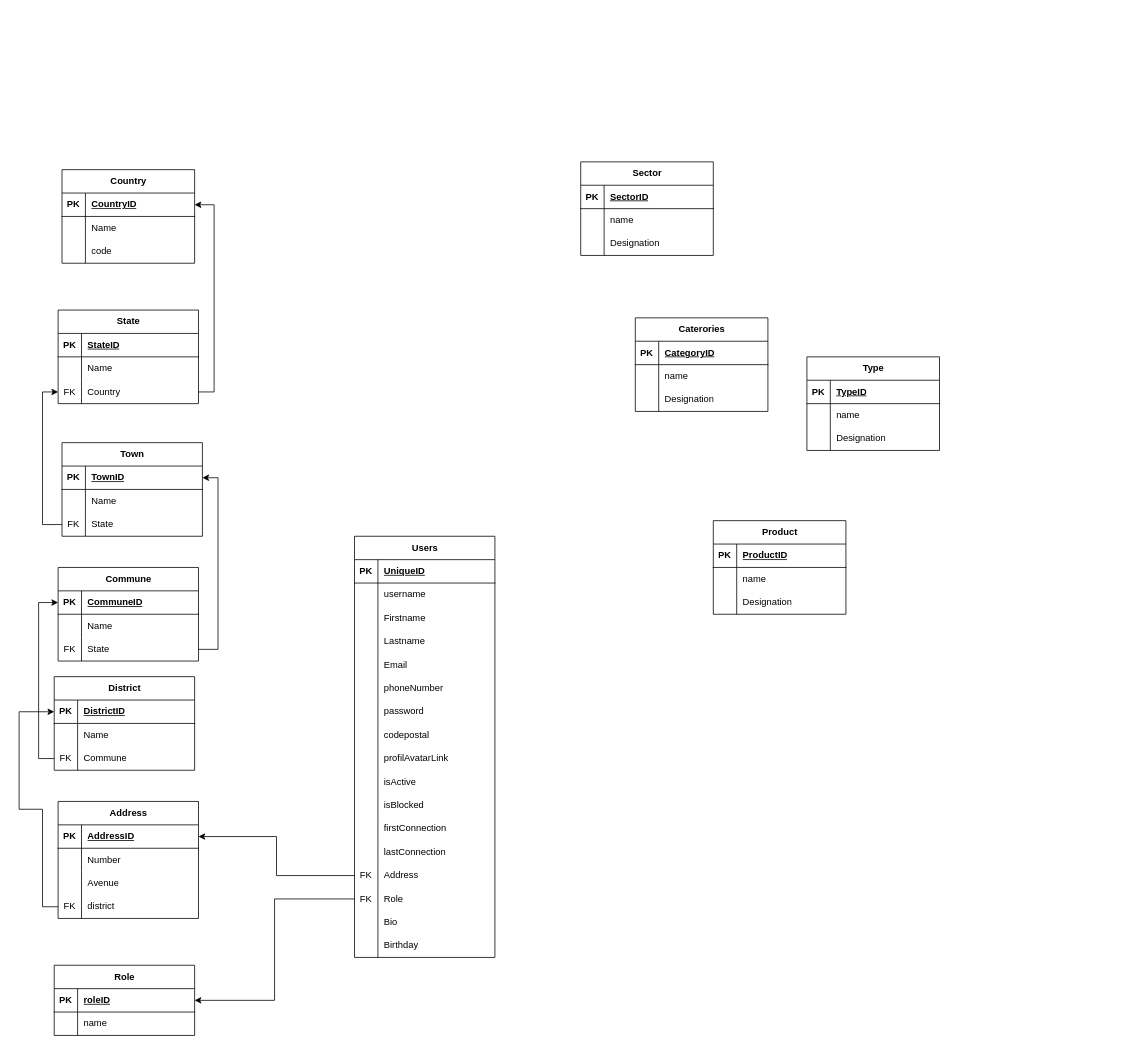
The draw.io diagram Tekango.drawio in internalTekango/3.0.tekango.template, before the edit. Source tidied: cells renumbered, new cells numbered last; positions are measured from the earlier drawing's top-left corner, leaving out a move shared by most shapes. Both pictures are drawn from the tidied source at 78%, with x=0, y=0 at pixel (19, 161).
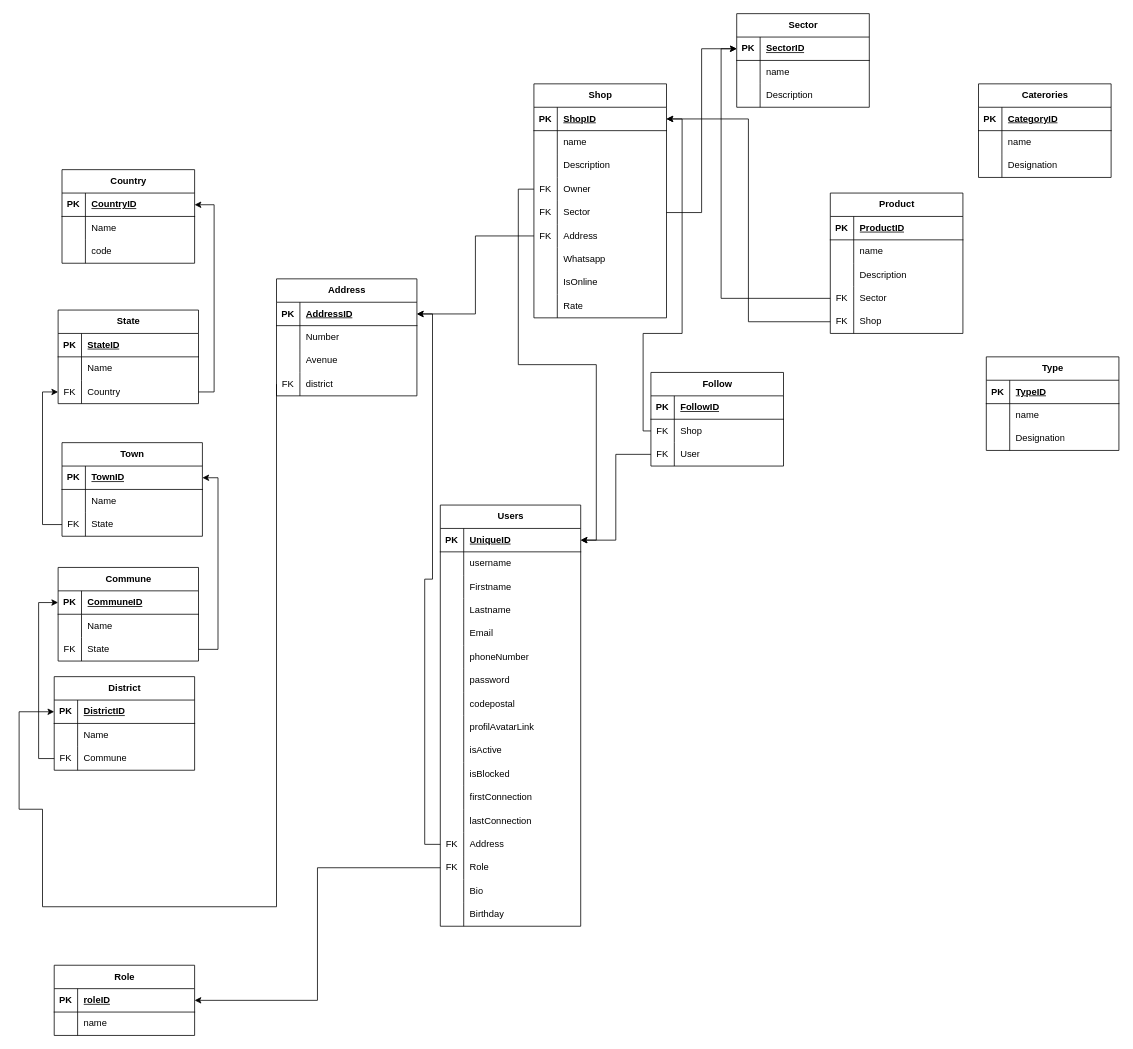
The same diagram, later.

Commit message (it also covers changes not shown here):
Mettre à jour Tekango.drawio

The change refers to these unchanged cells:
```xml
<mxCell id="3" style="shape=tableRow;horizontal=0;startSize=0;swimlaneHead=0;swimlaneBody=0;fillColor=none;points=[[0,0.5],[1,0.5]];portConstraint=eastwest;top=0;left=0;right=0;bottom=1;" parent="2" vertex="1">
  <mxGeometry y="30" width="180" height="30" as="geometry" />
</mxCell>
<mxCell id="98" style="shape=tableRow;horizontal=0;startSize=0;swimlaneHead=0;swimlaneBody=0;fillColor=none;points=[[0,0.5],[1,0.5]];portConstraint=eastwest;top=0;left=0;right=0;bottom=1;" parent="97" vertex="1">
  <mxGeometry y="30" width="180" height="30" as="geometry" />
</mxCell>
<mxCell id="121" style="shape=tableRow;horizontal=0;startSize=0;swimlaneHead=0;swimlaneBody=0;fillColor=none;points=[[0,0.5],[1,0.5]];portConstraint=eastwest;top=0;left=0;right=0;bottom=1;" parent="120" vertex="1">
  <mxGeometry y="30" width="170" height="30" as="geometry" />
</mxCell>
<mxCell id="127" style="shape=tableRow;horizontal=0;startSize=0;swimlaneHead=0;swimlaneBody=0;fillColor=none;top=0;left=0;right=0;bottom=0;" parent="120" vertex="1">
  <mxGeometry y="90" width="170" height="30" as="geometry" />
</mxCell>
<mxCell id="157" style="shape=tableRow;horizontal=0;startSize=0;swimlaneHead=0;swimlaneBody=0;fillColor=none;top=0;left=0;right=0;bottom=0;" parent="150" vertex="1">
  <mxGeometry y="90" width="170" height="30" as="geometry" />
</mxCell>
```

The edit, as a diff of the source:
```diff
@@
     <mxCell id="2" value="Users" style="shape=table;startSize=30;childLayout=tableLayout;rowLines=0;fontStyle=1;align=center;html=1;" parent="1" vertex="1">
-      <mxGeometry x="430" y="480" width="180" height="540" as="geometry" />
+      <mxGeometry x="540" y="440" width="180" height="540" as="geometry" />
     </mxCell>
@@
     <mxCell id="97" value="Address" style="shape=table;startSize=30;childLayout=tableLayout;rowLines=0;fontStyle=1;align=center;html=1;" parent="1" vertex="1">
-      <mxGeometry x="50" y="820" width="180" height="150" as="geometry" />
+      <mxGeometry x="330" y="150" width="180" height="150" as="geometry" />
     </mxCell>
@@
     <mxCell id="120" value="Sector" style="shape=table;startSize=30;childLayout=tableLayout;rowLines=0;fontStyle=1;align=center;html=1;" parent="1" vertex="1">
-      <mxGeometry x="720" width="170" height="120" as="geometry" />
+      <mxGeometry x="920" y="-190" width="170" height="120" as="geometry" />
     </mxCell>
@@
-    <mxCell id="129" value="Designation" style="shape=partialRectangle;fillColor=none;top=0;left=0;bottom=0;right=0;align=left;spacingLeft=6;overflow=hidden;whiteSpace=wrap;html=1;" parent="127" vertex="1">
+    <mxCell id="129" value="Description" style="shape=partialRectangle;fillColor=none;top=0;left=0;bottom=0;right=0;align=left;spacingLeft=6;overflow=hidden;whiteSpace=wrap;html=1;" parent="127" vertex="1">
       <mxGeometry x="30" width="140" height="30" as="geometry" />
     </mxCell>
     <mxCell id="130" value="Caterories" style="shape=table;startSize=30;childLayout=tableLayout;rowLines=0;fontStyle=1;align=center;html=1;" parent="1" vertex="1">
-      <mxGeometry x="790" y="200" width="170" height="120" as="geometry" />
+      <mxGeometry x="1230" y="-100" width="170" height="120" as="geometry" />
     </mxCell>
@@
     <mxCell id="140" value="Type" style="shape=table;startSize=30;childLayout=tableLayout;rowLines=0;fontStyle=1;align=center;html=1;" parent="1" vertex="1">
-      <mxGeometry x="1010" y="250" width="170" height="120" as="geometry" />
+      <mxGeometry x="1240" y="250" width="170" height="120" as="geometry" />
     </mxCell>
@@
     <mxCell id="150" value="Product" style="shape=table;startSize=30;childLayout=tableLayout;rowLines=0;fontStyle=1;align=center;html=1;" parent="1" vertex="1">
-      <mxGeometry x="890" y="460" width="170" height="120" as="geometry" />
+      <mxGeometry x="1040" y="40" width="170" height="180" as="geometry" />
     </mxCell>
@@
-    <mxCell id="159" value="Designation" style="shape=partialRectangle;fillColor=none;top=0;left=0;bottom=0;right=0;align=left;spacingLeft=6;overflow=hidden;whiteSpace=wrap;html=1;" parent="157" vertex="1">
+    <mxCell id="159" value="Description" style="shape=partialRectangle;fillColor=none;top=0;left=0;bottom=0;right=0;align=left;spacingLeft=6;overflow=hidden;whiteSpace=wrap;html=1;" parent="157" vertex="1">
       <mxGeometry x="30" width="140" height="30" as="geometry" />
     </mxCell>
+    <mxCell id="171" style="shape=tableRow;horizontal=0;startSize=0;swimlaneHead=0;swimlaneBody=0;fillColor=none;points=[[0,0.5],[1,0.5]];portConstraint=eastwest;top=0;left=0;right=0;bottom=0;" parent="150" vertex="1">
+      <mxGeometry y="120" width="170" height="30" as="geometry" />
+    </mxCell>
+    <mxCell id="172" value="FK" style="shape=partialRectangle;fillColor=none;top=0;left=0;bottom=0;right=0;overflow=hidden;whiteSpace=wrap;html=1;" parent="171" vertex="1">
+      <mxGeometry width="30" height="30" as="geometry" />
+    </mxCell>
+    <mxCell id="173" value="Sector" style="shape=partialRectangle;fillColor=none;top=0;left=0;bottom=0;right=0;align=left;spacingLeft=6;overflow=hidden;whiteSpace=wrap;html=1;" parent="171" vertex="1">
+      <mxGeometry x="30" width="140" height="30" as="geometry" />
+    </mxCell>
+    <mxCell id="174" style="shape=tableRow;horizontal=0;startSize=0;swimlaneHead=0;swimlaneBody=0;fillColor=none;points=[[0,0.5],[1,0.5]];portConstraint=eastwest;top=0;left=0;right=0;bottom=0;" parent="150" vertex="1">
+      <mxGeometry y="150" width="170" height="30" as="geometry" />
+    </mxCell>
+    <mxCell id="175" value="FK" style="shape=partialRectangle;fillColor=none;top=0;left=0;bottom=0;right=0;overflow=hidden;whiteSpace=wrap;html=1;" parent="174" vertex="1">
+      <mxGeometry width="30" height="30" as="geometry" />
+    </mxCell>
+    <mxCell id="176" value="Shop" style="shape=partialRectangle;fillColor=none;top=0;left=0;bottom=0;right=0;align=left;spacingLeft=6;overflow=hidden;whiteSpace=wrap;html=1;" parent="174" vertex="1">
+      <mxGeometry x="30" width="140" height="30" as="geometry" />
+    </mxCell>
@@
+    <mxCell id="177" style="edgeStyle=orthogonalEdgeStyle;rounded=0;jettySize=auto;html=1;exitX=0;exitY=0.5;exitDx=0;exitDy=0;entryX=0;entryY=0.5;entryDx=0;entryDy=0;" parent="1" edge="1" source="171" target="121">
+      <mxGeometry relative="1" as="geometry" />
+    </mxCell>
+    <mxCell id="178" value="Shop" style="shape=table;startSize=30;childLayout=tableLayout;rowLines=0;fontStyle=1;align=center;html=1;" parent="1" vertex="1">
+      <mxGeometry x="660" y="-100" width="170" height="300" as="geometry" />
+    </mxCell>
+    <mxCell id="179" style="shape=tableRow;horizontal=0;startSize=0;swimlaneHead=0;swimlaneBody=0;fillColor=none;points=[[0,0.5],[1,0.5]];portConstraint=eastwest;top=0;left=0;right=0;bottom=1;" parent="178" vertex="1">
+      <mxGeometry y="30" width="170" height="30" as="geometry" />
+    </mxCell>
+    <mxCell id="180" value="PK" style="shape=partialRectangle;fillColor=none;top=0;left=0;bottom=0;right=0;fontStyle=1;overflow=hidden;whiteSpace=wrap;html=1;" parent="179" vertex="1">
+      <mxGeometry width="30" height="30" as="geometry" />
+    </mxCell>
+    <mxCell id="181" value="ShopID" style="shape=partialRectangle;fillColor=none;top=0;left=0;bottom=0;right=0;align=left;spacingLeft=6;fontStyle=5;overflow=hidden;whiteSpace=wrap;html=1;" parent="179" vertex="1">
+      <mxGeometry x="30" width="140" height="30" as="geometry" />
+    </mxCell>
+    <mxCell id="182" style="shape=tableRow;horizontal=0;startSize=0;swimlaneHead=0;swimlaneBody=0;fillColor=none;top=0;left=0;right=0;bottom=0;" parent="178" vertex="1">
+      <mxGeometry y="60" width="170" height="30" as="geometry" />
+    </mxCell>
+    <mxCell id="183" style="shape=partialRectangle;fillColor=none;top=0;left=0;bottom=0;right=0;overflow=hidden;whiteSpace=wrap;html=1;" parent="182" vertex="1">
+      <mxGeometry width="30" height="30" as="geometry" />
+    </mxCell>
+    <mxCell id="184" value="name" style="shape=partialRectangle;fillColor=none;top=0;left=0;bottom=0;right=0;align=left;spacingLeft=6;overflow=hidden;whiteSpace=wrap;html=1;" parent="182" vertex="1">
+      <mxGeometry x="30" width="140" height="30" as="geometry" />
+    </mxCell>
+    <mxCell id="185" style="shape=tableRow;horizontal=0;startSize=0;swimlaneHead=0;swimlaneBody=0;fillColor=none;top=0;left=0;right=0;bottom=0;" parent="178" vertex="1">
+      <mxGeometry y="90" width="170" height="30" as="geometry" />
+    </mxCell>
+    <mxCell id="186" style="shape=partialRectangle;fillColor=none;top=0;left=0;bottom=0;right=0;overflow=hidden;whiteSpace=wrap;html=1;" parent="185" vertex="1">
+      <mxGeometry width="30" height="30" as="geometry" />
+    </mxCell>
+    <mxCell id="187" value="Description" style="shape=partialRectangle;fillColor=none;top=0;left=0;bottom=0;right=0;align=left;spacingLeft=6;overflow=hidden;whiteSpace=wrap;html=1;" parent="185" vertex="1">
+      <mxGeometry x="30" width="140" height="30" as="geometry" />
+    </mxCell>
+    <mxCell id="188" style="shape=tableRow;horizontal=0;startSize=0;swimlaneHead=0;swimlaneBody=0;fillColor=none;points=[[0,0.5],[1,0.5]];portConstraint=eastwest;top=0;left=0;right=0;bottom=0;" parent="178" vertex="1">
+      <mxGeometry y="120" width="170" height="30" as="geometry" />
+    </mxCell>
+    <mxCell id="189" value="FK" style="shape=partialRectangle;fillColor=none;top=0;left=0;bottom=0;right=0;overflow=hidden;whiteSpace=wrap;html=1;" parent="188" vertex="1">
+      <mxGeometry width="30" height="30" as="geometry" />
+    </mxCell>
+    <mxCell id="190" value="Owner" style="shape=partialRectangle;fillColor=none;top=0;left=0;bottom=0;right=0;align=left;spacingLeft=6;overflow=hidden;whiteSpace=wrap;html=1;" parent="188" vertex="1">
+      <mxGeometry x="30" width="140" height="30" as="geometry" />
+    </mxCell>
+    <mxCell id="191" style="shape=tableRow;horizontal=0;startSize=0;swimlaneHead=0;swimlaneBody=0;fillColor=none;points=[[0,0.5],[1,0.5]];portConstraint=eastwest;top=0;left=0;right=0;bottom=0;" parent="178" vertex="1">
+      <mxGeometry y="150" width="170" height="30" as="geometry" />
+    </mxCell>
+    <mxCell id="192" value="FK" style="shape=partialRectangle;fillColor=none;top=0;left=0;bottom=0;right=0;overflow=hidden;whiteSpace=wrap;html=1;" parent="191" vertex="1">
+      <mxGeometry width="30" height="30" as="geometry" />
+    </mxCell>
+    <mxCell id="193" value="Sector" style="shape=partialRectangle;fillColor=none;top=0;left=0;bottom=0;right=0;align=left;spacingLeft=6;overflow=hidden;whiteSpace=wrap;html=1;" parent="191" vertex="1">
+      <mxGeometry x="30" width="140" height="30" as="geometry" />
+    </mxCell>
+    <mxCell id="194" style="shape=tableRow;horizontal=0;startSize=0;swimlaneHead=0;swimlaneBody=0;fillColor=none;points=[[0,0.5],[1,0.5]];portConstraint=eastwest;top=0;left=0;right=0;bottom=0;" parent="178" vertex="1">
+      <mxGeometry y="180" width="170" height="30" as="geometry" />
+    </mxCell>
+    <mxCell id="195" value="FK" style="shape=partialRectangle;fillColor=none;top=0;left=0;bottom=0;right=0;overflow=hidden;whiteSpace=wrap;html=1;" parent="194" vertex="1">
+      <mxGeometry width="30" height="30" as="geometry" />
+    </mxCell>
+    <mxCell id="196" value="Address" style="shape=partialRectangle;fillColor=none;top=0;left=0;bottom=0;right=0;align=left;spacingLeft=6;overflow=hidden;whiteSpace=wrap;html=1;" parent="194" vertex="1">
+      <mxGeometry x="30" width="140" height="30" as="geometry" />
+    </mxCell>
+    <mxCell id="197" style="shape=tableRow;horizontal=0;startSize=0;swimlaneHead=0;swimlaneBody=0;fillColor=none;top=0;left=0;right=0;bottom=0;" parent="178" vertex="1">
+      <mxGeometry y="210" width="170" height="30" as="geometry" />
+    </mxCell>
+    <mxCell id="198" style="shape=partialRectangle;fillColor=none;top=0;left=0;bottom=0;right=0;overflow=hidden;whiteSpace=wrap;html=1;" parent="197" vertex="1">
+      <mxGeometry width="30" height="30" as="geometry" />
+    </mxCell>
+    <mxCell id="199" value="Whatsapp" style="shape=partialRectangle;fillColor=none;top=0;left=0;bottom=0;right=0;align=left;spacingLeft=6;overflow=hidden;whiteSpace=wrap;html=1;" parent="197" vertex="1">
+      <mxGeometry x="30" width="140" height="30" as="geometry" />
+    </mxCell>
+    <mxCell id="200" style="shape=tableRow;horizontal=0;startSize=0;swimlaneHead=0;swimlaneBody=0;fillColor=none;top=0;left=0;right=0;bottom=0;" parent="178" vertex="1">
+      <mxGeometry y="240" width="170" height="30" as="geometry" />
+    </mxCell>
+    <mxCell id="201" style="shape=partialRectangle;fillColor=none;top=0;left=0;bottom=0;right=0;overflow=hidden;whiteSpace=wrap;html=1;" parent="200" vertex="1">
+      <mxGeometry width="30" height="30" as="geometry" />
+    </mxCell>
+    <mxCell id="202" value="IsOnline" style="shape=partialRectangle;fillColor=none;top=0;left=0;bottom=0;right=0;align=left;spacingLeft=6;overflow=hidden;whiteSpace=wrap;html=1;" parent="200" vertex="1">
+      <mxGeometry x="30" width="140" height="30" as="geometry" />
+    </mxCell>
+    <mxCell id="203" style="shape=tableRow;horizontal=0;startSize=0;swimlaneHead=0;swimlaneBody=0;fillColor=none;top=0;left=0;right=0;bottom=0;" parent="178" vertex="1">
+      <mxGeometry y="270" width="170" height="30" as="geometry" />
+    </mxCell>
+    <mxCell id="204" style="shape=partialRectangle;fillColor=none;top=0;left=0;bottom=0;right=0;overflow=hidden;whiteSpace=wrap;html=1;" parent="203" vertex="1">
+      <mxGeometry width="30" height="30" as="geometry" />
+    </mxCell>
+    <mxCell id="205" value="Rate" style="shape=partialRectangle;fillColor=none;top=0;left=0;bottom=0;right=0;align=left;spacingLeft=6;overflow=hidden;whiteSpace=wrap;html=1;" parent="203" vertex="1">
+      <mxGeometry x="30" width="140" height="30" as="geometry" />
+    </mxCell>
+    <mxCell id="206" style="edgeStyle=orthogonalEdgeStyle;rounded=0;jettySize=auto;html=1;exitX=0;exitY=0.5;exitDx=0;exitDy=0;entryX=1;entryY=0.5;entryDx=0;entryDy=0;" parent="1" edge="1" source="188" target="3">
+      <mxGeometry relative="1" as="geometry" />
+    </mxCell>
+    <mxCell id="207" style="edgeStyle=orthogonalEdgeStyle;rounded=0;jettySize=auto;html=1;exitX=1;exitY=0.5;exitDx=0;exitDy=0;entryX=0;entryY=0.5;entryDx=0;entryDy=0;" parent="1" edge="1" source="191" target="121">
+      <mxGeometry relative="1" as="geometry" />
+    </mxCell>
+    <mxCell id="208" style="edgeStyle=orthogonalEdgeStyle;rounded=0;jettySize=auto;html=1;exitX=0;exitY=0.5;exitDx=0;exitDy=0;" parent="1" edge="1" source="194" target="98">
+      <mxGeometry relative="1" as="geometry" />
+    </mxCell>
+    <mxCell id="209" style="edgeStyle=orthogonalEdgeStyle;rounded=0;jettySize=auto;html=1;exitX=0;exitY=0.5;exitDx=0;exitDy=0;entryX=1;entryY=0.5;entryDx=0;entryDy=0;" parent="1" edge="1" source="174" target="179">
+      <mxGeometry relative="1" as="geometry" />
+    </mxCell>
+    <mxCell id="210" value="Follow" style="shape=table;startSize=30;childLayout=tableLayout;rowLines=0;fontStyle=1;align=center;html=1;" parent="1" vertex="1">
+      <mxGeometry x="810" y="270" width="170" height="120" as="geometry" />
+    </mxCell>
+    <mxCell id="211" style="shape=tableRow;horizontal=0;startSize=0;swimlaneHead=0;swimlaneBody=0;fillColor=none;top=0;left=0;right=0;bottom=1;" parent="210" vertex="1">
+      <mxGeometry y="30" width="170" height="30" as="geometry" />
+    </mxCell>
+    <mxCell id="212" value="PK" style="shape=partialRectangle;fillColor=none;top=0;left=0;bottom=0;right=0;fontStyle=1;overflow=hidden;whiteSpace=wrap;html=1;" parent="211" vertex="1">
+      <mxGeometry width="30" height="30" as="geometry" />
+    </mxCell>
+    <mxCell id="213" value="FollowID" style="shape=partialRectangle;fillColor=none;top=0;left=0;bottom=0;right=0;align=left;spacingLeft=6;fontStyle=5;overflow=hidden;whiteSpace=wrap;html=1;" parent="211" vertex="1">
+      <mxGeometry x="30" width="140" height="30" as="geometry" />
+    </mxCell>
+    <mxCell id="214" style="shape=tableRow;horizontal=0;startSize=0;swimlaneHead=0;swimlaneBody=0;fillColor=none;points=[[0,0.5],[1,0.5]];portConstraint=eastwest;top=0;left=0;right=0;bottom=0;" parent="210" vertex="1">
+      <mxGeometry y="60" width="170" height="30" as="geometry" />
+    </mxCell>
+    <mxCell id="215" value="FK" style="shape=partialRectangle;fillColor=none;top=0;left=0;bottom=0;right=0;overflow=hidden;whiteSpace=wrap;html=1;" parent="214" vertex="1">
+      <mxGeometry width="30" height="30" as="geometry" />
+    </mxCell>
+    <mxCell id="216" value="Shop" style="shape=partialRectangle;fillColor=none;top=0;left=0;bottom=0;right=0;align=left;spacingLeft=6;overflow=hidden;whiteSpace=wrap;html=1;" parent="214" vertex="1">
+      <mxGeometry x="30" width="140" height="30" as="geometry" />
+    </mxCell>
+    <mxCell id="217" style="shape=tableRow;horizontal=0;startSize=0;swimlaneHead=0;swimlaneBody=0;fillColor=none;points=[[0,0.5],[1,0.5]];portConstraint=eastwest;top=0;left=0;right=0;bottom=0;" parent="210" vertex="1">
+      <mxGeometry y="90" width="170" height="30" as="geometry" />
+    </mxCell>
+    <mxCell id="218" value="FK" style="shape=partialRectangle;fillColor=none;top=0;left=0;bottom=0;right=0;overflow=hidden;whiteSpace=wrap;html=1;" parent="217" vertex="1">
+      <mxGeometry width="30" height="30" as="geometry" />
+    </mxCell>
+    <mxCell id="219" value="User" style="shape=partialRectangle;fillColor=none;top=0;left=0;bottom=0;right=0;align=left;spacingLeft=6;overflow=hidden;whiteSpace=wrap;html=1;" parent="217" vertex="1">
+      <mxGeometry x="30" width="140" height="30" as="geometry" />
+    </mxCell>
+    <mxCell id="220" style="edgeStyle=orthogonalEdgeStyle;rounded=0;jettySize=auto;html=1;exitX=0;exitY=0.5;exitDx=0;exitDy=0;entryX=1;entryY=0.5;entryDx=0;entryDy=0;" parent="1" edge="1" source="217" target="3">
+      <mxGeometry relative="1" as="geometry" />
+    </mxCell>
+    <mxCell id="221" style="edgeStyle=orthogonalEdgeStyle;rounded=0;jettySize=auto;html=1;exitX=0;exitY=0.5;exitDx=0;exitDy=0;entryX=1;entryY=0.5;entryDx=0;entryDy=0;" parent="1" edge="1" source="214" target="179">
+      <mxGeometry relative="1" as="geometry">
+        <Array as="points">
+          <mxPoint x="800" y="345" />
+          <mxPoint x="800" y="220" />
+          <mxPoint x="850" y="220" />
+          <mxPoint x="850" y="-55" />
+        </Array>
+      </mxGeometry>
+    </mxCell>
```
